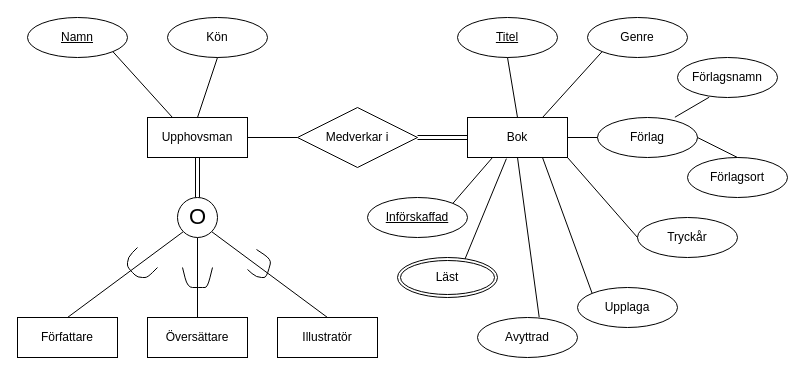
This is Boksamling.drawio from Ingelisun/ERmodels, a draw.io file, before an edit. Source tidied: cells renumbered, new cells numbered last; positions are measured from the earlier drawing's top-left corner, leaving out a move shared by most shapes. Both pictures are drawn from the tidied source at 100%, with x=0, y=0 at pixel (17, 17).
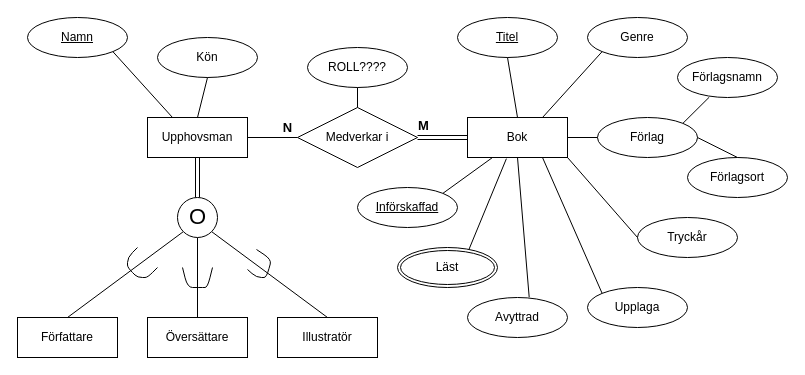
After the change.

Unchanged cells that the change refers to:
```xml
<mxCell id="18" value="Medverkar i" style="shape=rhombus;perimeter=rhombusPerimeter;whiteSpace=wrap;html=1;align=center;fontSize=12;" parent="1" vertex="1">
  <mxGeometry x="280" y="90" width="120" height="60" as="geometry" />
</mxCell>
<mxCell id="26" value="Förlag" style="ellipse;whiteSpace=wrap;html=1;align=center;" parent="1" vertex="1">
  <mxGeometry x="580" y="100" width="100" height="40" as="geometry" />
</mxCell>
<mxCell id="38" value="Förlagsnamn" style="ellipse;whiteSpace=wrap;html=1;align=center;" parent="1" vertex="1">
  <mxGeometry x="660" y="40" width="100" height="40" as="geometry" />
</mxCell>
```

Change to the diagram source:
```diff
@@
     <mxCell id="22" value="Kön" style="ellipse;whiteSpace=wrap;html=1;align=center;" parent="1" vertex="1">
-      <mxGeometry x="150" width="100" height="40" as="geometry" />
+      <mxGeometry x="140" y="20" width="100" height="40" as="geometry" />
     </mxCell>
@@
     <mxCell id="29" value="Upplaga" style="ellipse;whiteSpace=wrap;html=1;align=center;" parent="1" vertex="1">
-      <mxGeometry x="560" y="270" width="100" height="40" as="geometry" />
+      <mxGeometry x="570" y="270" width="100" height="40" as="geometry" />
     </mxCell>
     <mxCell id="30" value="&lt;u&gt;Införskaffad&lt;/u&gt;" style="ellipse;whiteSpace=wrap;html=1;align=center;fontSize=12;" parent="1" vertex="1">
-      <mxGeometry x="350" y="180" width="100" height="40" as="geometry" />
+      <mxGeometry x="340" y="170" width="100" height="40" as="geometry" />
     </mxCell>
     <mxCell id="31" value="Avyttrad" style="ellipse;whiteSpace=wrap;html=1;align=center;fontSize=12;" parent="1" vertex="1">
-      <mxGeometry x="460" y="300" width="100" height="40" as="geometry" />
+      <mxGeometry x="450" y="280" width="100" height="40" as="geometry" />
     </mxCell>
@@
-    <mxCell id="39" style="endArrow=none;html=1;rounded=0;fontSize=12;entryX=0.317;entryY=0.993;entryDx=0;entryDy=0;entryPerimeter=0;exitX=0.774;exitY=-0.007;exitDx=0;exitDy=0;exitPerimeter=0;" parent="1" edge="1" source="26" target="38">
+    <mxCell id="39" style="endArrow=none;html=1;rounded=0;fontSize=12;entryX=0.317;entryY=0.993;entryDx=0;entryDy=0;entryPerimeter=0;exitX=1;exitY=0;exitDx=0;exitDy=0;" parent="1" edge="1" source="26" target="38">
       <mxGeometry relative="1" as="geometry" />
     </mxCell>
@@
     <mxCell id="43" value="Läst" style="ellipse;shape=doubleEllipse;margin=3;whiteSpace=wrap;html=1;align=center;fontSize=12;" parent="1" vertex="1">
-      <mxGeometry x="380" y="240" width="100" height="40" as="geometry" />
+      <mxGeometry x="380" y="230" width="100" height="40" as="geometry" />
     </mxCell>
+    <mxCell id="44" value="&lt;font style=&quot;font-size: 13px;&quot;&gt;&lt;b style=&quot;font-size: 13px;&quot;&gt;N&lt;/b&gt;&lt;/font&gt;" style="text;html=1;align=center;verticalAlign=middle;fillColor=none;strokeColor=none;rounded=0;fontSize=13;" parent="1" vertex="1">
+      <mxGeometry x="260" y="100" width="20" height="20" as="geometry" />
+    </mxCell>
+    <mxCell id="45" value="&lt;font style=&quot;font-size: 13px&quot;&gt;&lt;b style=&quot;font-size: 13px&quot;&gt;M&lt;/b&gt;&lt;/font&gt;" style="text;html=1;align=center;verticalAlign=middle;fillColor=none;strokeColor=none;rounded=0;fontSize=13;" parent="1" vertex="1">
+      <mxGeometry x="391" y="98" width="30" height="20" as="geometry" />
+    </mxCell>
+    <mxCell id="46" value="ROLL????" style="ellipse;whiteSpace=wrap;html=1;align=center;fontSize=12;" parent="1" vertex="1">
+      <mxGeometry x="290" y="30" width="100" height="40" as="geometry" />
+    </mxCell>
+    <mxCell id="47" style="endArrow=none;html=1;rounded=0;fontSize=12;exitX=0.5;exitY=1;exitDx=0;exitDy=0;entryX=0.5;entryY=0;entryDx=0;entryDy=0;" parent="1" edge="1" source="46" target="18">
+      <mxGeometry relative="1" as="geometry" />
+    </mxCell>
```
